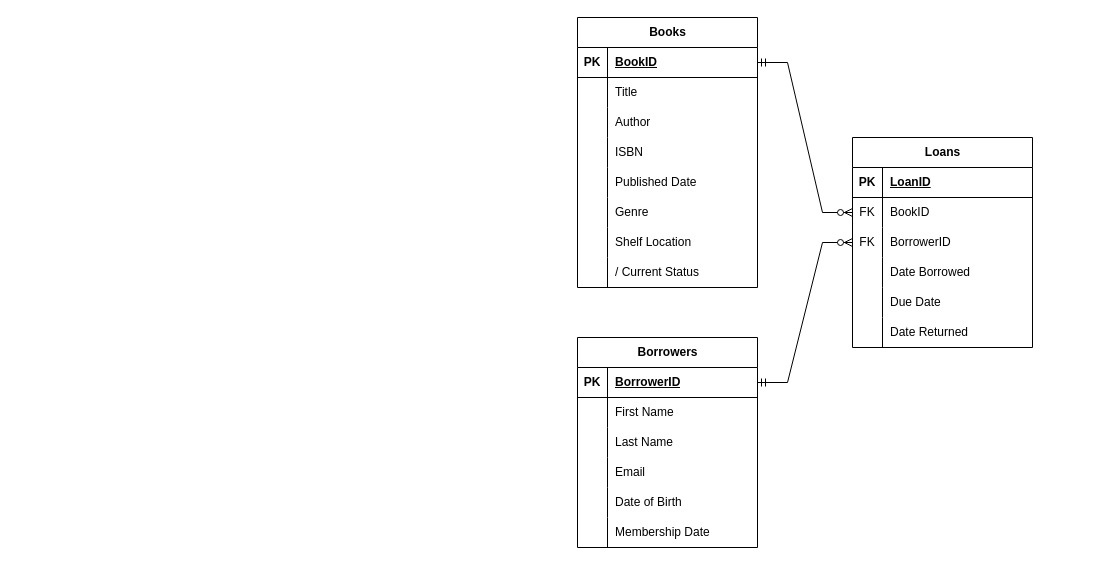
Before: Design/RelationalSchema.drawio in DotNetBackendTraining/library-management-system, a draw.io diagram. Source tidied: cells renumbered, new cells numbered last; positions are measured from the earlier drawing's top-left corner, leaving out a move shared by most shapes. Both pictures are drawn from the tidied source at 100%, with x=0, y=0 at pixel (577, 17).
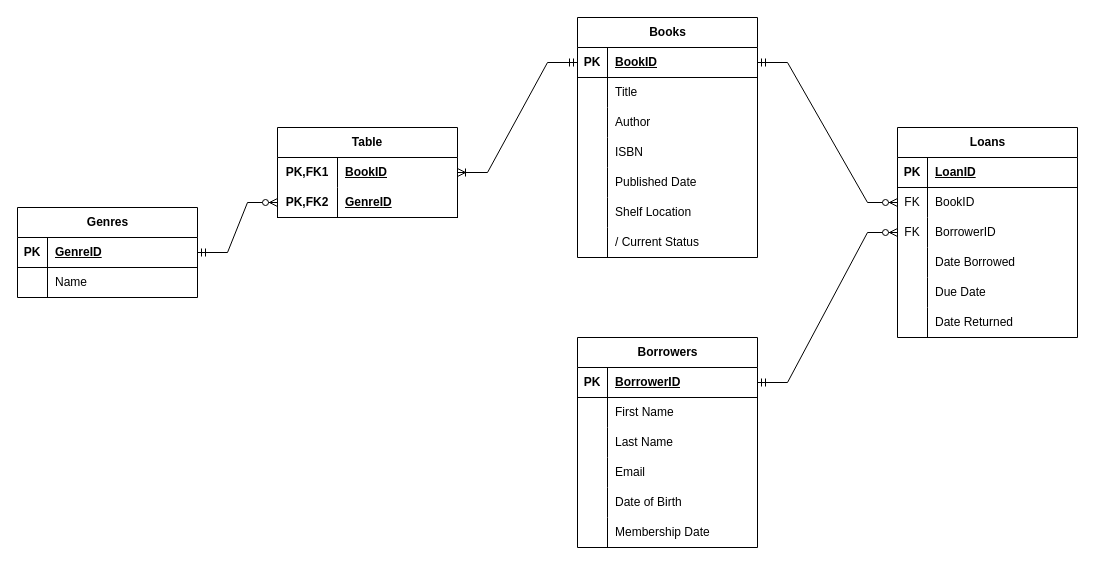
After the change.

Commit message (it also covers changes not shown here):
Add genres entity to design

The change refers to these unchanged cells:
```xml
<mxCell id="3" style="shape=tableRow;horizontal=0;startSize=0;swimlaneHead=0;swimlaneBody=0;fillColor=none;points=[[0,0.5],[1,0.5]];portConstraint=eastwest;top=0;left=0;right=0;bottom=1;" parent="2" vertex="1">
  <mxGeometry y="30" width="180" height="30" as="geometry" />
</mxCell>
```

The edit, as a diff of the source:
```diff
@@
     <mxCell id="2" value="Books" style="shape=table;startSize=30;childLayout=tableLayout;rowLines=0;fontStyle=1;align=center;html=1;" parent="1" vertex="1">
-      <mxGeometry width="180" height="270" as="geometry" />
+      <mxGeometry width="180" height="240" as="geometry" />
     </mxCell>
@@
-    <mxCell id="18" style="shape=tableRow;horizontal=0;startSize=0;swimlaneHead=0;swimlaneBody=0;fillColor=none;top=0;left=0;right=0;bottom=0;" parent="2" vertex="1">
-      <mxGeometry y="180" width="180" height="30" as="geometry" />
-    </mxCell>
-    <mxCell id="19" style="shape=partialRectangle;fillColor=none;top=0;left=0;bottom=0;right=0;overflow=hidden;whiteSpace=wrap;html=1;" parent="18" vertex="1">
-      <mxGeometry width="30" height="30" as="geometry" />
-    </mxCell>
-    <mxCell id="20" value="Genre" style="shape=partialRectangle;fillColor=none;top=0;left=0;bottom=0;right=0;align=left;spacingLeft=6;overflow=hidden;whiteSpace=wrap;html=1;" parent="18" vertex="1">
-      <mxGeometry x="30" width="150" height="30" as="geometry" />
-    </mxCell>
     <mxCell id="21" style="shape=tableRow;horizontal=0;startSize=0;swimlaneHead=0;swimlaneBody=0;fillColor=none;top=0;left=0;right=0;bottom=0;" parent="2" vertex="1">
-      <mxGeometry y="210" width="180" height="30" as="geometry" />
+      <mxGeometry y="180" width="180" height="30" as="geometry" />
     </mxCell>
@@
     <mxCell id="24" style="shape=tableRow;horizontal=0;startSize=0;swimlaneHead=0;swimlaneBody=0;fillColor=none;top=0;left=0;right=0;bottom=0;" parent="2" vertex="1">
-      <mxGeometry y="240" width="180" height="30" as="geometry" />
+      <mxGeometry y="210" width="180" height="30" as="geometry" />
     </mxCell>
@@
     <mxCell id="27" value="Loans" style="shape=table;startSize=30;childLayout=tableLayout;rowLines=0;fontStyle=1;align=center;html=1;" parent="1" vertex="1">
-      <mxGeometry x="275" y="120" width="180" height="210" as="geometry" />
+      <mxGeometry x="320" y="110" width="180" height="210" as="geometry" />
     </mxCell>
@@
+    <mxCell id="67" value="Genres" style="shape=table;startSize=30;childLayout=tableLayout;rowLines=0;fontStyle=1;align=center;html=1;" parent="1" vertex="1">
+      <mxGeometry x="-560" y="190" width="180" height="90" as="geometry" />
+    </mxCell>
+    <mxCell id="68" style="shape=tableRow;horizontal=0;startSize=0;swimlaneHead=0;swimlaneBody=0;fillColor=none;points=[[0,0.5],[1,0.5]];portConstraint=eastwest;top=0;left=0;right=0;bottom=1;" parent="67" vertex="1">
+      <mxGeometry y="30" width="180" height="30" as="geometry" />
+    </mxCell>
+    <mxCell id="69" value="PK" style="shape=partialRectangle;fillColor=none;top=0;left=0;bottom=0;right=0;fontStyle=1;overflow=hidden;whiteSpace=wrap;html=1;" parent="68" vertex="1">
+      <mxGeometry width="30" height="30" as="geometry" />
+    </mxCell>
+    <mxCell id="70" value="GenreID" style="shape=partialRectangle;fillColor=none;top=0;left=0;bottom=0;right=0;align=left;spacingLeft=6;fontStyle=5;overflow=hidden;whiteSpace=wrap;html=1;" parent="68" vertex="1">
+      <mxGeometry x="30" width="150" height="30" as="geometry" />
+    </mxCell>
+    <mxCell id="71" style="shape=tableRow;horizontal=0;startSize=0;swimlaneHead=0;swimlaneBody=0;fillColor=none;top=0;left=0;right=0;bottom=0;" parent="67" vertex="1">
+      <mxGeometry y="60" width="180" height="30" as="geometry" />
+    </mxCell>
+    <mxCell id="19" style="shape=partialRectangle;fillColor=none;top=0;left=0;bottom=0;right=0;overflow=hidden;whiteSpace=wrap;html=1;" parent="71" vertex="1">
+      <mxGeometry width="30" height="30" as="geometry" />
+    </mxCell>
+    <mxCell id="72" value="Name" style="shape=partialRectangle;fillColor=none;top=0;left=0;bottom=0;right=0;align=left;spacingLeft=6;overflow=hidden;whiteSpace=wrap;html=1;" parent="71" vertex="1">
+      <mxGeometry x="30" width="150" height="30" as="geometry" />
+    </mxCell>
+    <mxCell id="73" value="Table" style="shape=table;startSize=30;childLayout=tableLayout;rowLines=0;fontStyle=1;align=center;html=1;whiteSpace=wrap;" parent="1" vertex="1">
+      <mxGeometry x="-300" y="110" width="180" height="90" as="geometry" />
+    </mxCell>
+    <mxCell id="74" style="shape=tableRow;horizontal=0;startSize=0;swimlaneHead=0;swimlaneBody=0;fillColor=none;points=[[0,0.5],[1,0.5]];portConstraint=eastwest;top=0;left=0;right=0;bottom=0;html=1;" parent="73" vertex="1">
+      <mxGeometry y="30" width="180" height="30" as="geometry" />
+    </mxCell>
+    <mxCell id="75" value="PK,FK1" style="shape=partialRectangle;fillColor=none;top=0;left=0;bottom=0;right=0;fontStyle=1;overflow=hidden;html=1;whiteSpace=wrap;" parent="74" vertex="1">
+      <mxGeometry width="60" height="30" as="geometry" />
+    </mxCell>
+    <mxCell id="76" value="BookID" style="shape=partialRectangle;fillColor=none;top=0;left=0;bottom=0;right=0;align=left;spacingLeft=6;fontStyle=5;overflow=hidden;html=1;whiteSpace=wrap;" parent="74" vertex="1">
+      <mxGeometry x="60" width="120" height="30" as="geometry" />
+    </mxCell>
+    <mxCell id="77" style="shape=tableRow;horizontal=0;startSize=0;swimlaneHead=0;swimlaneBody=0;fillColor=none;points=[[0,0.5],[1,0.5]];portConstraint=eastwest;top=0;left=0;right=0;bottom=1;html=1;" parent="73" vertex="1">
+      <mxGeometry y="60" width="180" height="30" as="geometry" />
+    </mxCell>
+    <mxCell id="78" value="PK,FK2" style="shape=partialRectangle;fillColor=none;top=0;left=0;bottom=0;right=0;fontStyle=1;overflow=hidden;html=1;whiteSpace=wrap;" parent="77" vertex="1">
+      <mxGeometry width="60" height="30" as="geometry" />
+    </mxCell>
+    <mxCell id="79" value="GenreID" style="shape=partialRectangle;fillColor=none;top=0;left=0;bottom=0;right=0;align=left;spacingLeft=6;fontStyle=5;overflow=hidden;html=1;whiteSpace=wrap;" parent="77" vertex="1">
+      <mxGeometry x="60" width="120" height="30" as="geometry" />
+    </mxCell>
+    <mxCell id="80" style="edgeStyle=entityRelationEdgeStyle;fontSize=12;html=1;endArrow=ERzeroToMany;startArrow=ERmandOne;rounded=0;entryX=0;entryY=0.5;entryDx=0;entryDy=0;exitX=1;exitY=0.5;exitDx=0;exitDy=0;" parent="1" edge="1" source="68" target="77">
+      <mxGeometry relative="1" as="geometry" />
+    </mxCell>
+    <mxCell id="81" style="edgeStyle=entityRelationEdgeStyle;fontSize=12;html=1;endArrow=ERoneToMany;startArrow=ERmandOne;rounded=0;exitX=0;exitY=0.5;exitDx=0;exitDy=0;entryX=1;entryY=0.5;entryDx=0;entryDy=0;" parent="1" edge="1" source="3" target="74">
+      <mxGeometry relative="1" as="geometry" />
+    </mxCell>
```
